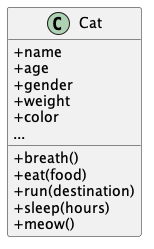
This is out/00.diagrams/01.basic-oop/class/BasicOOP Class.png from baolanlequang/design-patterns, a PlantUML export, as it was before one commit.
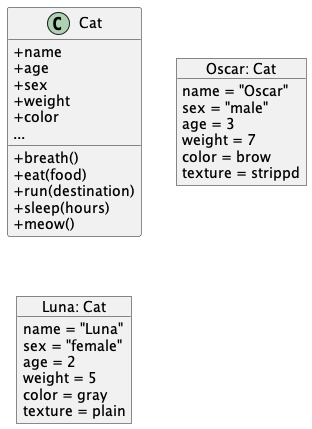
The same file after the commit.

Commit message:
docs: update basic oop diagram

Diff of the diagram source:
```diff
@@ -3,7 +3,7 @@
 class Cat {
   + name
   + age
-  + gender
+  + sex
   + weight
   + color
   ...
@@ -13,4 +13,22 @@
   + sleep(hours)
   + meow()
 }
+
+object "Oscar: Cat" as catOscar {
+  name = "Oscar"
+  sex = "male"
+  age = 3
+  weight = 7
+  color = brow
+  texture = strippd
+}
+
+object "Luna: Cat" as catLuna {
+  name = "Luna"
+  sex = "female"
+  age = 2
+  weight = 5
+  color = gray
+  texture = plain
+}
 @enduml
```
